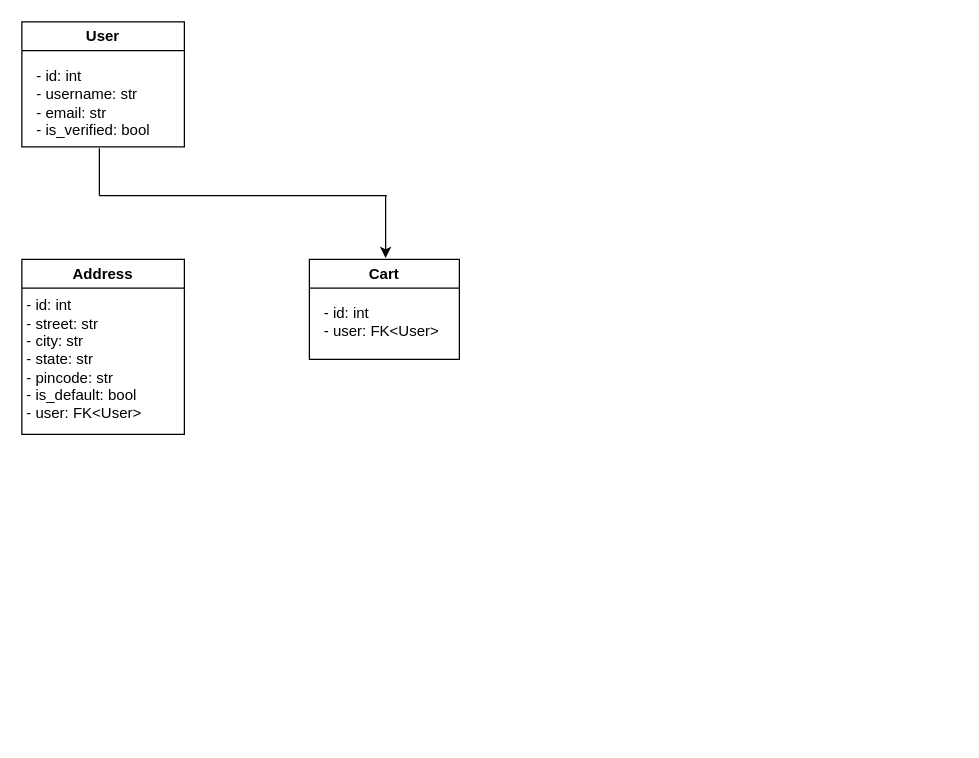
This is classDiagram.drawio from ashu7mishra/ecommapp, a draw.io file, before an edit. Source tidied: cells renumbered, new cells numbered last; positions are measured from the earlier drawing's top-left corner, leaving out a move shared by most shapes. Both pictures are drawn from the tidied source at 125%, with x=0, y=0 at pixel (21, 21).
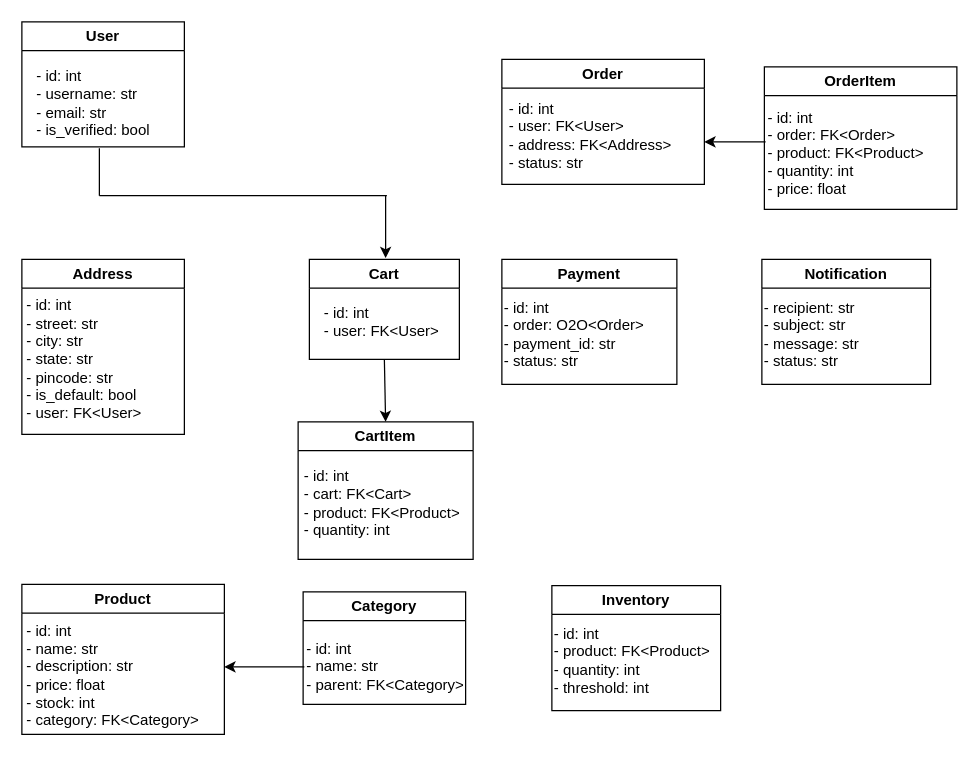
The same page after the edit.

Unchanged cells that the change refers to:
```xml
<mxCell id="6" value="Cart" style="swimlane;whiteSpace=wrap;html=1;" parent="1" vertex="1">
  <mxGeometry x="230" y="190" width="120" height="80" as="geometry" />
</mxCell>
```

Change to the diagram source:
```diff
@@
+    <mxCell id="12" value="CartItem" style="swimlane;whiteSpace=wrap;html=1;" parent="1" vertex="1">
+      <mxGeometry x="221" y="320" width="140" height="110" as="geometry" />
+    </mxCell>
+    <mxCell id="13" value="&lt;div&gt;- id: int&lt;/div&gt;&lt;div&gt;- cart: FK&amp;lt;Cart&amp;gt;&lt;/div&gt;&lt;div&gt;- product: FK&amp;lt;Product&amp;gt;&lt;/div&gt;&lt;div&gt;- quantity: int&lt;/div&gt;" style="text;html=1;align=left;verticalAlign=middle;strokeColor=none;fillColor=none;" parent="12" vertex="1">
+      <mxGeometry x="3" y="30" width="150" height="70" as="geometry" />
+    </mxCell>
+    <mxCell id="14" style="endArrow=classic;html=1;rounded=0;exitX=0.5;exitY=1;exitDx=0;exitDy=0;entryX=0.5;entryY=0;entryDx=0;entryDy=0;" parent="1" edge="1" source="6" target="12">
+      <mxGeometry relative="1" as="geometry" />
+    </mxCell>
+    <mxCell id="15" value="Product" style="swimlane;whiteSpace=wrap;html=1;startSize=23;" parent="1" vertex="1">
+      <mxGeometry y="450" width="162" height="120" as="geometry" />
+    </mxCell>
+    <mxCell id="16" value="&lt;div&gt;&lt;br&gt;&lt;/div&gt;&lt;div&gt;- id: int&lt;/div&gt;&lt;div&gt;- name: str&lt;/div&gt;&lt;div&gt;- description: str&lt;/div&gt;&lt;div&gt;- price: float&lt;/div&gt;&lt;div&gt;- stock: int&lt;/div&gt;&lt;div&gt;- category: FK&amp;lt;Category&amp;gt;&lt;/div&gt;" style="text;html=1;align=left;verticalAlign=middle;points=[];strokeColor=none;fillColor=none;" parent="15" vertex="1">
+      <mxGeometry x="2" y="11" width="160" height="110" as="geometry" />
+    </mxCell>
+    <mxCell id="17" value="Category" style="swimlane;whiteSpace=wrap;html=1;startSize=23;" parent="1" vertex="1">
+      <mxGeometry x="225" y="456" width="130" height="90" as="geometry" />
+    </mxCell>
+    <mxCell id="18" value="&lt;div&gt;- id: int&lt;/div&gt;&lt;div&gt;- name: str&lt;/div&gt;&lt;div&gt;- parent: FK&amp;lt;Category&amp;gt;&lt;/div&gt;" style="text;html=1;align=left;verticalAlign=middle;points=[];strokeColor=none;fillColor=none;" parent="17" vertex="1">
+      <mxGeometry x="1" y="30" width="150" height="60" as="geometry" />
+    </mxCell>
+    <mxCell id="19" style="edgeStyle=orthogonalEdgeStyle;rounded=0;jettySize=auto;html=1;" parent="1" edge="1" source="18" target="16">
+      <mxGeometry relative="1" as="geometry" />
+    </mxCell>
+    <mxCell id="20" value="Inventory" style="swimlane;whiteSpace=wrap;html=1;startSize=23;" parent="1" vertex="1">
+      <mxGeometry x="424" y="451" width="135" height="100" as="geometry" />
+    </mxCell>
+    <mxCell id="21" value="&lt;div&gt;- id: int&lt;/div&gt;&lt;div&gt;- product: FK&amp;lt;Product&amp;gt;&lt;/div&gt;&lt;div&gt;- quantity: int&lt;/div&gt;&lt;div&gt;- threshold: int&lt;/div&gt;" style="text;html=1;align=left;verticalAlign=middle;strokeColor=none;fillColor=none;" parent="20" vertex="1">
+      <mxGeometry y="25" width="150" height="70" as="geometry" />
+    </mxCell>
+    <mxCell id="22" value="Order" style="swimlane;whiteSpace=wrap;html=1;startSize=23;" parent="1" vertex="1">
+      <mxGeometry x="384" y="30" width="162" height="100" as="geometry" />
+    </mxCell>
+    <mxCell id="23" value="&lt;div&gt;- id: int&lt;/div&gt;&lt;div&gt;- user: FK&amp;lt;User&amp;gt;&lt;/div&gt;&lt;div&gt;- address: FK&amp;lt;Address&amp;gt;&lt;/div&gt;&lt;div&gt;- status: str&lt;/div&gt;" style="text;html=1;align=left;verticalAlign=middle;strokeColor=none;fillColor=none;" parent="22" vertex="1">
+      <mxGeometry x="4" y="26" width="150" height="70" as="geometry" />
+    </mxCell>
+    <mxCell id="24" value="OrderItem" style="swimlane;whiteSpace=wrap;html=1;startSize=23;" parent="1" vertex="1">
+      <mxGeometry x="594" y="36" width="154" height="114" as="geometry" />
+    </mxCell>
+    <mxCell id="25" value="&lt;div&gt;- id: int&lt;/div&gt;&lt;div&gt;- order: FK&amp;lt;Order&amp;gt;&lt;/div&gt;&lt;div&gt;- product: FK&amp;lt;Product&amp;gt;&lt;/div&gt;&lt;div&gt;- quantity: int&amp;nbsp;&lt;/div&gt;&lt;div&gt;- price: float&lt;/div&gt;" style="text;html=1;align=left;verticalAlign=middle;strokeColor=none;fillColor=none;" parent="24" vertex="1">
+      <mxGeometry x="1" y="24" width="150" height="90" as="geometry" />
+    </mxCell>
+    <mxCell id="26" style="edgeStyle=orthogonalEdgeStyle;rounded=0;orthogonalLoop=1;jettySize=auto;html=1;" parent="1" edge="1">
+      <mxGeometry relative="1" as="geometry">
+        <mxPoint x="595" y="96" as="sourcePoint" />
+        <mxPoint x="546" y="96" as="targetPoint" />
+      </mxGeometry>
+    </mxCell>
+    <mxCell id="27" value="Payment" style="swimlane;whiteSpace=wrap;html=1;startSize=23;" parent="1" vertex="1">
+      <mxGeometry x="384" y="190" width="140" height="100" as="geometry" />
+    </mxCell>
+    <mxCell id="28" value="&lt;div&gt;- id: int&lt;/div&gt;&lt;div&gt;- order: O2O&amp;lt;Order&amp;gt;&lt;/div&gt;&lt;div&gt;- payment_id: str&lt;/div&gt;&lt;div&gt;- status: str&lt;/div&gt;" style="text;html=1;align=left;verticalAlign=middle;strokeColor=none;fillColor=none;" parent="27" vertex="1">
+      <mxGeometry y="25" width="140" height="70" as="geometry" />
+    </mxCell>
+    <mxCell id="29" value="Notification" style="swimlane;whiteSpace=wrap;html=1;startSize=23;" parent="1" vertex="1">
+      <mxGeometry x="592" y="190" width="135" height="100" as="geometry" />
+    </mxCell>
+    <mxCell id="30" value="&lt;div&gt;- recipient: str&lt;/div&gt;&lt;div&gt;- subject: str&lt;/div&gt;&lt;div&gt;- message: str&lt;/div&gt;&lt;div&gt;- status: str&lt;/div&gt;" style="text;html=1;align=left;verticalAlign=middle;strokeColor=none;fillColor=none;" parent="29" vertex="1">
+      <mxGeometry y="25" width="100" height="70" as="geometry" />
+    </mxCell>
```
